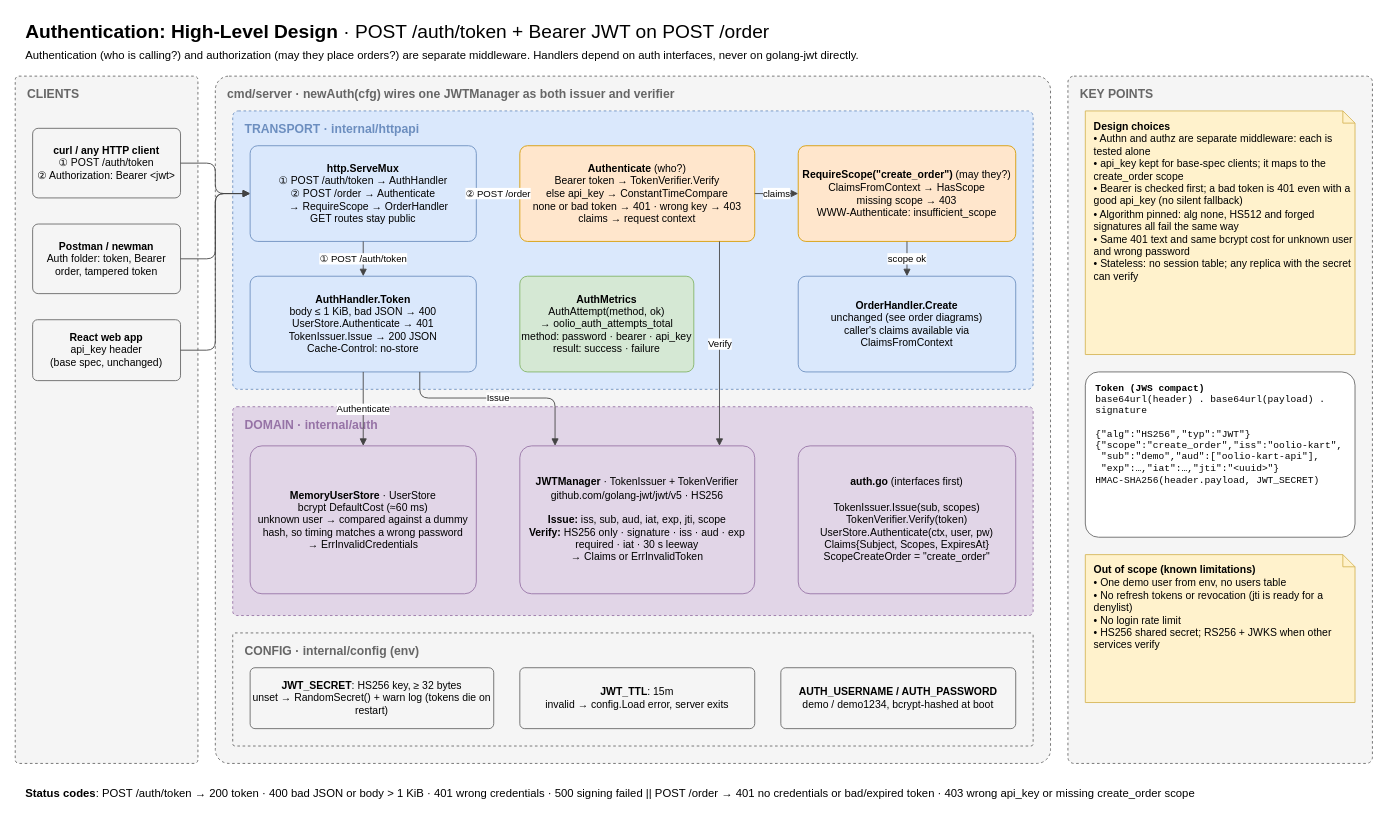
Above: page "HLD - JWT auth" (1 of 3) of docs/diagrams/auth.drawio in Vasanth-Korada/oolio-kart-challenge (draw.io), before the change. Source tidied: cells renumbered, new cells numbered last; positions are measured from the earlier drawing's top-left corner, leaving out a move shared by most shapes. Both pictures are drawn from the tidied source at 87%, with x=0, y=0 at pixel (15, 15).
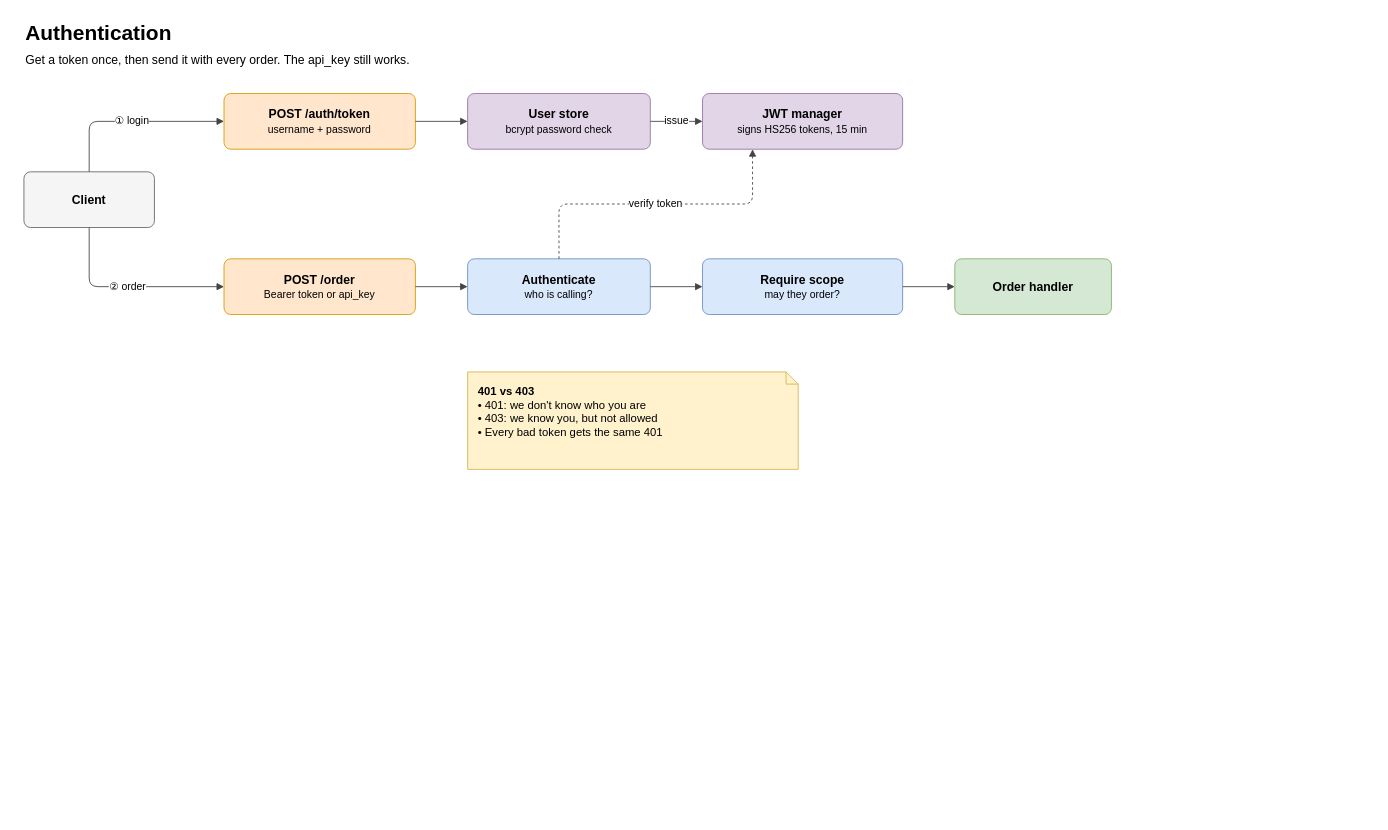
After the change.

Diff of the diagram source:
```diff
@@
-    <mxCell id="2" value="&lt;b&gt;Authentication: High-Level Design&lt;/b&gt;  ·  POST /auth/token + Bearer JWT on POST /order" style="text;html=1;whiteSpace=wrap;align=left;verticalAlign=top;fontSize=22;" parent="1" vertex="1">
-      <mxGeometry x="10" width="1300" height="30" as="geometry" />
+    <mxCell id="2" value="&lt;b&gt;Authentication&lt;/b&gt;" style="text;html=1;whiteSpace=wrap;align=left;verticalAlign=top;fontSize=24;" parent="1" vertex="1">
+      <mxGeometry x="10" width="1300" height="32" as="geometry" />
     </mxCell>
-    <mxCell id="3" value="Authentication (who is calling?) and authorization (may they place orders?) are separate middleware. Handlers depend on auth interfaces, never on golang-jwt directly." style="text;html=1;whiteSpace=wrap;align=left;verticalAlign=top;fontSize=13;" parent="1" vertex="1">
-      <mxGeometry x="10" y="32" width="1450" height="24" as="geometry" />
+    <mxCell id="3" value="Get a token once, then send it with every order. The api_key still works." style="text;html=1;whiteSpace=wrap;align=left;verticalAlign=top;fontSize=14;" parent="1" vertex="1">
+      <mxGeometry x="10" y="36" width="1300" height="24" as="geometry" />
     </mxCell>
-    <mxCell id="4" value="CLIENTS" style="rounded=1;arcSize=2;dashed=1;whiteSpace=wrap;html=1;fillColor=#f5f5f5;strokeColor=#666666;fontSize=12;verticalAlign=top;align=left;spacingLeft=12;spacingTop=6;fontStyle=1;fontSize=14;fontColor=#666666;" parent="1" vertex="1">
-      <mxGeometry y="70" width="210" height="790" as="geometry" />
+    <mxCell id="4" value="&lt;b&gt;Client&lt;/b&gt;" style="rounded=1;arcSize=12;whiteSpace=wrap;html=1;fillColor=#f5f5f5;strokeColor=#666666;fontSize=12;fontSize=14;" parent="1" vertex="1">
+      <mxGeometry x="10" y="180" width="150" height="64" as="geometry" />
     </mxCell>
-    <mxCell id="5" value="&lt;b&gt;curl / any HTTP client&lt;/b&gt;&lt;br&gt;① POST /auth/token&lt;br&gt;② Authorization: Bearer &amp;lt;jwt&amp;gt;" style="rounded=1;arcSize=8;whiteSpace=wrap;html=1;fillColor=#f5f5f5;strokeColor=#666666;fontSize=12;" parent="1" vertex="1">
-      <mxGeometry x="20" y="130" width="170" height="80" as="geometry" />
+    <mxCell id="5" value="&lt;b&gt;POST /auth/token&lt;/b&gt;&lt;br&gt;&lt;span style='font-size:12px'&gt;username + password&lt;/span&gt;" style="rounded=1;arcSize=12;whiteSpace=wrap;html=1;fillColor=#ffe6cc;strokeColor=#d79b00;fontSize=12;fontSize=14;" parent="1" vertex="1">
+      <mxGeometry x="240" y="90" width="220" height="64" as="geometry" />
     </mxCell>
-    <mxCell id="6" value="&lt;b&gt;Postman / newman&lt;/b&gt;&lt;br&gt;Auth folder: token, Bearer order, tampered token" style="rounded=1;arcSize=8;whiteSpace=wrap;html=1;fillColor=#f5f5f5;strokeColor=#666666;fontSize=12;" parent="1" vertex="1">
-      <mxGeometry x="20" y="240" width="170" height="80" as="geometry" />
+    <mxCell id="6" value="&lt;b&gt;User store&lt;/b&gt;&lt;br&gt;&lt;span style='font-size:12px'&gt;bcrypt password check&lt;/span&gt;" style="rounded=1;arcSize=12;whiteSpace=wrap;html=1;fillColor=#e1d5e7;strokeColor=#9673a6;fontSize=12;fontSize=14;" parent="1" vertex="1">
+      <mxGeometry x="520" y="90" width="210" height="64" as="geometry" />
     </mxCell>
-    <mxCell id="7" value="&lt;b&gt;React web app&lt;/b&gt;&lt;br&gt;api_key header&lt;br&gt;(base spec, unchanged)" style="rounded=1;arcSize=8;whiteSpace=wrap;html=1;fillColor=#f5f5f5;strokeColor=#666666;fontSize=12;" parent="1" vertex="1">
-      <mxGeometry x="20" y="350" width="170" height="70" as="geometry" />
+    <mxCell id="7" value="&lt;b&gt;JWT manager&lt;/b&gt;&lt;br&gt;&lt;span style='font-size:12px'&gt;signs HS256 tokens, 15 min&lt;/span&gt;" style="rounded=1;arcSize=12;whiteSpace=wrap;html=1;fillColor=#e1d5e7;strokeColor=#9673a6;fontSize=12;fontSize=14;" parent="1" vertex="1">
+      <mxGeometry x="790" y="90" width="230" height="64" as="geometry" />
     </mxCell>
-    <mxCell id="8" value="cmd/server · newAuth(cfg) wires one JWTManager as both issuer and verifier" style="rounded=1;arcSize=2;dashed=1;whiteSpace=wrap;html=1;fillColor=#f5f5f5;strokeColor=#666666;fontSize=12;verticalAlign=top;align=left;spacingLeft=12;spacingTop=6;fontStyle=1;fontSize=14;fontColor=#666666;" parent="1" vertex="1">
-      <mxGeometry x="230" y="70" width="960" height="790" as="geometry" />
+    <mxCell id="8" value="① login" style="edgeStyle=orthogonalEdgeStyle;rounded=1;html=1;endArrow=block;endFill=1;strokeColor=#444444;fontSize=11;labelBackgroundColor=#ffffff;fontSize=12;exitX=0.5;exitY=0;entryX=0;entryY=0.5;" parent="1" edge="1" source="4" target="5">
+      <mxGeometry relative="1" as="geometry" />
     </mxCell>
-    <mxCell id="9" value="TRANSPORT · internal/httpapi" style="rounded=1;arcSize=2;dashed=1;whiteSpace=wrap;html=1;fillColor=#dae8fc;strokeColor=#6c8ebf;fontSize=12;verticalAlign=top;align=left;spacingLeft=12;spacingTop=6;fontStyle=1;fontSize=14;fontColor=#6c8ebf;" parent="1" vertex="1">
-      <mxGeometry x="250" y="110" width="920" height="320" as="geometry" />
+    <mxCell id="9" style="edgeStyle=orthogonalEdgeStyle;rounded=1;html=1;endArrow=block;endFill=1;strokeColor=#444444;fontSize=11;labelBackgroundColor=#ffffff;fontSize=12;" parent="1" edge="1" source="5" target="6">
+      <mxGeometry relative="1" as="geometry" />
     </mxCell>
-    <mxCell id="10" value="&lt;b&gt;http.ServeMux&lt;/b&gt;&lt;br&gt;① POST /auth/token → AuthHandler&lt;br&gt;② POST /order → Authenticate&lt;br&gt;&amp;nbsp;&amp;nbsp;&amp;nbsp;&amp;nbsp;→ RequireScope → OrderHandler&lt;br&gt;GET routes stay public" style="rounded=1;arcSize=8;whiteSpace=wrap;html=1;fillColor=#dae8fc;strokeColor=#6c8ebf;fontSize=12;" parent="1" vertex="1">
-      <mxGeometry x="270" y="150" width="260" height="110" as="geometry" />
+    <mxCell id="10" value="issue" style="edgeStyle=orthogonalEdgeStyle;rounded=1;html=1;endArrow=block;endFill=1;strokeColor=#444444;fontSize=11;labelBackgroundColor=#ffffff;fontSize=12;" parent="1" edge="1" source="6" target="7">
+      <mxGeometry relative="1" as="geometry" />
     </mxCell>
-    <mxCell id="11" value="&lt;b&gt;Authenticate&lt;/b&gt; (who?)&lt;br&gt;Bearer token → TokenVerifier.Verify&lt;br&gt;else api_key → ConstantTimeCompare&lt;br&gt;none or bad token → 401 · wrong key → 403&lt;br&gt;claims → request context" style="rounded=1;arcSize=8;whiteSpace=wrap;html=1;fillColor=#ffe6cc;strokeColor=#d79b00;fontSize=12;" parent="1" vertex="1">
-      <mxGeometry x="580" y="150" width="270" height="110" as="geometry" />
+    <mxCell id="11" value="&lt;b&gt;POST /order&lt;/b&gt;&lt;br&gt;&lt;span style='font-size:12px'&gt;Bearer token or api_key&lt;/span&gt;" style="rounded=1;arcSize=12;whiteSpace=wrap;html=1;fillColor=#ffe6cc;strokeColor=#d79b00;fontSize=12;fontSize=14;" parent="1" vertex="1">
+      <mxGeometry x="240" y="280" width="220" height="64" as="geometry" />
     </mxCell>
-    <mxCell id="12" value="&lt;b&gt;RequireScope(&quot;create_order&quot;)&lt;/b&gt; (may they?)&lt;br&gt;ClaimsFromContext → HasScope&lt;br&gt;missing scope → 403&lt;br&gt;WWW-Authenticate: insufficient_scope" style="rounded=1;arcSize=8;whiteSpace=wrap;html=1;fillColor=#ffe6cc;strokeColor=#d79b00;fontSize=12;" parent="1" vertex="1">
-      <mxGeometry x="900" y="150" width="250" height="110" as="geometry" />
+    <mxCell id="12" value="&lt;b&gt;Authenticate&lt;/b&gt;&lt;br&gt;&lt;span style='font-size:12px'&gt;who is calling?&lt;/span&gt;" style="rounded=1;arcSize=12;whiteSpace=wrap;html=1;fillColor=#dae8fc;strokeColor=#6c8ebf;fontSize=12;fontSize=14;" parent="1" vertex="1">
+      <mxGeometry x="520" y="280" width="210" height="64" as="geometry" />
     </mxCell>
-    <mxCell id="13" value="&lt;b&gt;AuthHandler.Token&lt;/b&gt;&lt;br&gt;body ≤ 1 KiB, bad JSON → 400&lt;br&gt;UserStore.Authenticate → 401&lt;br&gt;TokenIssuer.Issue → 200 JSON&lt;br&gt;Cache-Control: no-store" style="rounded=1;arcSize=8;whiteSpace=wrap;html=1;fillColor=#dae8fc;strokeColor=#6c8ebf;fontSize=12;" parent="1" vertex="1">
-      <mxGeometry x="270" y="300" width="260" height="110" as="geometry" />
+    <mxCell id="13" value="&lt;b&gt;Require scope&lt;/b&gt;&lt;br&gt;&lt;span style='font-size:12px'&gt;may they order?&lt;/span&gt;" style="rounded=1;arcSize=12;whiteSpace=wrap;html=1;fillColor=#dae8fc;strokeColor=#6c8ebf;fontSize=12;fontSize=14;" parent="1" vertex="1">
+      <mxGeometry x="790" y="280" width="230" height="64" as="geometry" />
     </mxCell>
-    <mxCell id="14" value="&lt;b&gt;OrderHandler.Create&lt;/b&gt;&lt;br&gt;unchanged (see order diagrams)&lt;br&gt;caller's claims available via&lt;br&gt;ClaimsFromContext" style="rounded=1;arcSize=8;whiteSpace=wrap;html=1;fillColor=#dae8fc;strokeColor=#6c8ebf;fontSize=12;" parent="1" vertex="1">
-      <mxGeometry x="900" y="300" width="250" height="110" as="geometry" />
+    <mxCell id="14" value="&lt;b&gt;Order handler&lt;/b&gt;" style="rounded=1;arcSize=12;whiteSpace=wrap;html=1;fillColor=#d5e8d4;strokeColor=#82b366;fontSize=12;fontSize=14;" parent="1" vertex="1">
+      <mxGeometry x="1080" y="280" width="180" height="64" as="geometry" />
     </mxCell>
-    <mxCell id="15" value="&lt;b&gt;AuthMetrics&lt;/b&gt;&lt;br&gt;AuthAttempt(method, ok)&lt;br&gt;→ oolio_auth_attempts_total&lt;br&gt;method: password · bearer · api_key&lt;br&gt;result: success · failure" style="rounded=1;arcSize=8;whiteSpace=wrap;html=1;fillColor=#d5e8d4;strokeColor=#82b366;fontSize=12;" parent="1" vertex="1">
-      <mxGeometry x="580" y="300" width="200" height="110" as="geometry" />
+    <mxCell id="15" value="② order" style="edgeStyle=orthogonalEdgeStyle;rounded=1;html=1;endArrow=block;endFill=1;strokeColor=#444444;fontSize=11;labelBackgroundColor=#ffffff;fontSize=12;exitX=0.5;exitY=1;entryX=0;entryY=0.5;" parent="1" edge="1" source="4" target="11">
+      <mxGeometry relative="1" as="geometry" />
     </mxCell>
-    <mxCell id="16" value="DOMAIN · internal/auth" style="rounded=1;arcSize=2;dashed=1;whiteSpace=wrap;html=1;fillColor=#e1d5e7;strokeColor=#9673a6;fontSize=12;verticalAlign=top;align=left;spacingLeft=12;spacingTop=6;fontStyle=1;fontSize=14;fontColor=#9673a6;" parent="1" vertex="1">
-      <mxGeometry x="250" y="450" width="920" height="240" as="geometry" />
+    <mxCell id="16" style="edgeStyle=orthogonalEdgeStyle;rounded=1;html=1;endArrow=block;endFill=1;strokeColor=#444444;fontSize=11;labelBackgroundColor=#ffffff;fontSize=12;" parent="1" edge="1" source="11" target="12">
+      <mxGeometry relative="1" as="geometry" />
     </mxCell>
-    <mxCell id="17" value="&lt;b&gt;MemoryUserStore&lt;/b&gt; · UserStore&lt;br&gt;bcrypt DefaultCost (≈60 ms)&lt;br&gt;unknown user → compared against a dummy hash, so timing matches a wrong password&lt;br&gt;→ ErrInvalidCredentials" style="rounded=1;arcSize=8;whiteSpace=wrap;html=1;fillColor=#e1d5e7;strokeColor=#9673a6;fontSize=12;" parent="1" vertex="1">
-      <mxGeometry x="270" y="495" width="260" height="170" as="geometry" />
+    <mxCell id="17" style="edgeStyle=orthogonalEdgeStyle;rounded=1;html=1;endArrow=block;endFill=1;strokeColor=#444444;fontSize=11;labelBackgroundColor=#ffffff;fontSize=12;" parent="1" edge="1" source="12" target="13">
+      <mxGeometry relative="1" as="geometry" />
     </mxCell>
-    <mxCell id="18" value="&lt;b&gt;JWTManager&lt;/b&gt; · TokenIssuer + TokenVerifier&lt;br&gt;github.com/golang-jwt/jwt/v5 · HS256&lt;br&gt;&lt;br&gt;&lt;b&gt;Issue:&lt;/b&gt; iss, sub, aud, iat, exp, jti, scope&lt;br&gt;&lt;b&gt;Verify:&lt;/b&gt; HS256 only · signature · iss · aud · exp required · iat · 30 s leeway&lt;br&gt;→ Claims or ErrInvalidToken" style="rounded=1;arcSize=8;whiteSpace=wrap;html=1;fillColor=#e1d5e7;strokeColor=#9673a6;fontSize=12;" parent="1" vertex="1">
-      <mxGeometry x="580" y="495" width="270" height="170" as="geometry" />
+    <mxCell id="18" style="edgeStyle=orthogonalEdgeStyle;rounded=1;html=1;endArrow=block;endFill=1;strokeColor=#444444;fontSize=11;labelBackgroundColor=#ffffff;fontSize=12;" parent="1" edge="1" source="13" target="14">
+      <mxGeometry relative="1" as="geometry" />
     </mxCell>
-    <mxCell id="19" value="&lt;b&gt;auth.go&lt;/b&gt; (interfaces first)&lt;br&gt;&lt;br&gt;TokenIssuer.Issue(sub, scopes)&lt;br&gt;TokenVerifier.Verify(token)&lt;br&gt;UserStore.Authenticate(ctx, user, pw)&lt;br&gt;Claims{Subject, Scopes, ExpiresAt}&lt;br&gt;ScopeCreateOrder = &quot;create_order&quot;" style="rounded=1;arcSize=8;whiteSpace=wrap;html=1;fillColor=#e1d5e7;strokeColor=#9673a6;fontSize=12;" parent="1" vertex="1">
-      <mxGeometry x="900" y="495" width="250" height="170" as="geometry" />
+    <mxCell id="19" value="verify token" style="edgeStyle=orthogonalEdgeStyle;rounded=1;html=1;endArrow=block;endFill=1;strokeColor=#444444;fontSize=11;labelBackgroundColor=#ffffff;fontSize=12;dashed=1;exitX=0.5;exitY=0;entryX=0.25;entryY=1;" parent="1" edge="1" source="12" target="7">
+      <mxGeometry relative="1" as="geometry" />
     </mxCell>
-    <mxCell id="20" value="CONFIG · internal/config (env)" style="rounded=1;arcSize=2;dashed=1;whiteSpace=wrap;html=1;fillColor=#f5f5f5;strokeColor=#666666;fontSize=12;verticalAlign=top;align=left;spacingLeft=12;spacingTop=6;fontStyle=1;fontSize=14;fontColor=#666666;" parent="1" vertex="1">
-      <mxGeometry x="250" y="710" width="920" height="130" as="geometry" />
+    <mxCell id="20" value="&lt;b&gt;401 vs 403&lt;/b&gt;&lt;br&gt;• 401: we don't know who you are&lt;br&gt;• 403: we know you, but not allowed&lt;br&gt;• Every bad token gets the same 401" style="shape=note;size=14;whiteSpace=wrap;html=1;fillColor=#fff2cc;strokeColor=#d6b656;fontSize=12;align=left;verticalAlign=top;spacingLeft=10;spacingTop=8;fontSize=13;" parent="1" vertex="1">
+      <mxGeometry x="520" y="410" width="380" height="112" as="geometry" />
     </mxCell>
-    <mxCell id="21" value="&lt;b&gt;JWT_SECRET&lt;/b&gt;: HS256 key, ≥ 32 bytes&lt;br&gt;unset → RandomSecret() + warn log (tokens die on restart)" style="rounded=1;arcSize=8;whiteSpace=wrap;html=1;fillColor=#f5f5f5;strokeColor=#666666;fontSize=12;" parent="1" vertex="1">
-      <mxGeometry x="270" y="750" width="280" height="70" as="geometry" />
-    </mxCell>
-    <mxCell id="22" value="&lt;b&gt;JWT_TTL&lt;/b&gt;: 15m&lt;br&gt;invalid → config.Load error, server exits" style="rounded=1;arcSize=8;whiteSpace=wrap;html=1;fillColor=#f5f5f5;strokeColor=#666666;fontSize=12;" parent="1" vertex="1">
-      <mxGeometry x="580" y="750" width="270" height="70" as="geometry" />
-    </mxCell>
-    <mxCell id="23" value="&lt;b&gt;AUTH_USERNAME / AUTH_PASSWORD&lt;/b&gt;&lt;br&gt;demo / demo1234, bcrypt-hashed at boot" style="rounded=1;arcSize=8;whiteSpace=wrap;html=1;fillColor=#f5f5f5;strokeColor=#666666;fontSize=12;" parent="1" vertex="1">
-      <mxGeometry x="880" y="750" width="270" height="70" as="geometry" />
-    </mxCell>
-    <mxCell id="24" style="edgeStyle=orthogonalEdgeStyle;rounded=1;html=1;endArrow=block;endFill=1;strokeColor=#444444;fontSize=11;labelBackgroundColor=#ffffff;exitX=1;exitY=0.5;entryX=0;entryY=0.5;" parent="1" edge="1" source="5" target="10">
-      <mxGeometry relative="1" as="geometry">
-        <Array as="points">
-          <mxPoint x="230" y="170" />
-          <mxPoint x="230" y="205" />
-        </Array>
-      </mxGeometry>
-    </mxCell>
-    <mxCell id="25" style="edgeStyle=orthogonalEdgeStyle;rounded=1;html=1;endArrow=block;endFill=1;strokeColor=#444444;fontSize=11;labelBackgroundColor=#ffffff;exitX=1;exitY=0.5;entryX=0;entryY=0.5;" parent="1" edge="1" source="6" target="10">
-      <mxGeometry relative="1" as="geometry">
-        <Array as="points">
-          <mxPoint x="230" y="280" />
-          <mxPoint x="230" y="205" />
-        </Array>
-      </mxGeometry>
-    </mxCell>
-    <mxCell id="26" style="edgeStyle=orthogonalEdgeStyle;rounded=1;html=1;endArrow=block;endFill=1;strokeColor=#444444;fontSize=11;labelBackgroundColor=#ffffff;exitX=1;exitY=0.5;entryX=0;entryY=0.5;" parent="1" edge="1" source="7" target="10">
-      <mxGeometry relative="1" as="geometry">
-        <Array as="points">
-          <mxPoint x="230" y="385" />
-          <mxPoint x="230" y="205" />
-        </Array>
-      </mxGeometry>
-    </mxCell>
-    <mxCell id="27" value="② POST /order" style="edgeStyle=orthogonalEdgeStyle;rounded=1;html=1;endArrow=block;endFill=1;strokeColor=#444444;fontSize=11;labelBackgroundColor=#ffffff;exitX=1;exitY=0.5;entryX=0;entryY=0.5;" parent="1" edge="1" source="10" target="11">
-      <mxGeometry relative="1" as="geometry" />
-    </mxCell>
-    <mxCell id="28" value="claims" style="edgeStyle=orthogonalEdgeStyle;rounded=1;html=1;endArrow=block;endFill=1;strokeColor=#444444;fontSize=11;labelBackgroundColor=#ffffff;exitX=1;exitY=0.5;entryX=0;entryY=0.5;" parent="1" edge="1" source="11" target="12">
-      <mxGeometry relative="1" as="geometry" />
-    </mxCell>
-    <mxCell id="29" value="scope ok" style="edgeStyle=orthogonalEdgeStyle;rounded=1;html=1;endArrow=block;endFill=1;strokeColor=#444444;fontSize=11;labelBackgroundColor=#ffffff;" parent="1" edge="1" source="12" target="14">
-      <mxGeometry relative="1" as="geometry" />
-    </mxCell>
-    <mxCell id="30" value="① POST /auth/token" style="edgeStyle=orthogonalEdgeStyle;rounded=1;html=1;endArrow=block;endFill=1;strokeColor=#444444;fontSize=11;labelBackgroundColor=#ffffff;" parent="1" edge="1" source="10" target="13">
-      <mxGeometry relative="1" as="geometry" />
-    </mxCell>
-    <mxCell id="31" value="Authenticate" style="edgeStyle=orthogonalEdgeStyle;rounded=1;html=1;endArrow=block;endFill=1;strokeColor=#444444;fontSize=11;labelBackgroundColor=#ffffff;" parent="1" edge="1" source="13" target="17">
-      <mxGeometry relative="1" as="geometry" />
-    </mxCell>
-    <mxCell id="32" value="Issue" style="edgeStyle=orthogonalEdgeStyle;rounded=1;html=1;endArrow=block;endFill=1;strokeColor=#444444;fontSize=11;labelBackgroundColor=#ffffff;exitX=0.75;exitY=1;entryX=0.15;entryY=0;" parent="1" edge="1" source="13" target="18">
-      <mxGeometry relative="1" as="geometry">
-        <Array as="points">
-          <mxPoint x="465" y="440" />
-          <mxPoint x="620" y="440" />
-        </Array>
-      </mxGeometry>
-    </mxCell>
-    <mxCell id="33" value="Verify" style="edgeStyle=orthogonalEdgeStyle;rounded=1;html=1;endArrow=block;endFill=1;strokeColor=#444444;fontSize=11;labelBackgroundColor=#ffffff;exitX=0.85;exitY=1;entryX=0.85;entryY=0;" parent="1" edge="1" source="11" target="18">
-      <mxGeometry relative="1" as="geometry" />
-    </mxCell>
-    <mxCell id="34" value="KEY POINTS" style="rounded=1;arcSize=2;dashed=1;whiteSpace=wrap;html=1;fillColor=#f5f5f5;strokeColor=#666666;fontSize=12;verticalAlign=top;align=left;spacingLeft=12;spacingTop=6;fontStyle=1;fontSize=14;fontColor=#666666;" parent="1" vertex="1">
-      <mxGeometry x="1210" y="70" width="350" height="790" as="geometry" />
-    </mxCell>
-    <mxCell id="35" value="&lt;b&gt;Design choices&lt;/b&gt;&lt;br&gt;• Authn and authz are separate middleware: each is tested alone&lt;br&gt;• api_key kept for base-spec clients; it maps to the create_order scope&lt;br&gt;• Bearer is checked first; a bad token is 401 even with a good api_key (no silent fallback)&lt;br&gt;• Algorithm pinned: alg none, HS512 and forged signatures all fail the same way&lt;br&gt;• Same 401 text and same bcrypt cost for unknown user and wrong password&lt;br&gt;• Stateless: no session table; any replica with the secret can verify" style="shape=note;size=14;whiteSpace=wrap;html=1;fillColor=#fff2cc;strokeColor=#d6b656;fontSize=12;align=left;verticalAlign=top;spacingLeft=8;spacingTop=4;" parent="1" vertex="1">
-      <mxGeometry x="1230" y="110" width="310" height="280" as="geometry" />
-    </mxCell>
-    <mxCell id="36" value="&lt;b&gt;Token (JWS compact)&lt;/b&gt;&lt;br&gt;base64url(header) . base64url(payload) . signature&lt;br&gt;&lt;br&gt;{&quot;alg&quot;:&quot;HS256&quot;,&quot;typ&quot;:&quot;JWT&quot;}&lt;br&gt;{&quot;scope&quot;:&quot;create_order&quot;,&quot;iss&quot;:&quot;oolio-kart&quot;,&lt;br&gt;&amp;nbsp;&quot;sub&quot;:&quot;demo&quot;,&quot;aud&quot;:[&quot;oolio-kart-api&quot;],&lt;br&gt;&amp;nbsp;&quot;exp&quot;:…,&quot;iat&quot;:…,&quot;jti&quot;:&quot;&amp;lt;uuid&amp;gt;&quot;}&lt;br&gt;HMAC-SHA256(header.payload, JWT_SECRET)" style="rounded=1;arcSize=8;whiteSpace=wrap;html=1;fillColor=#ffffff;strokeColor=#666666;fontSize=12;fontFamily=Courier New;align=left;spacingLeft=10;verticalAlign=top;spacingTop=6;fontSize=11;" parent="1" vertex="1">
-      <mxGeometry x="1230" y="410" width="310" height="190" as="geometry" />
-    </mxCell>
-    <mxCell id="37" value="&lt;b&gt;Out of scope (known limitations)&lt;/b&gt;&lt;br&gt;• One demo user from env, no users table&lt;br&gt;• No refresh tokens or revocation (jti is ready for a denylist)&lt;br&gt;• No login rate limit&lt;br&gt;• HS256 shared secret; RS256 + JWKS when other services verify" style="shape=note;size=14;whiteSpace=wrap;html=1;fillColor=#fff2cc;strokeColor=#d6b656;fontSize=12;align=left;verticalAlign=top;spacingLeft=8;spacingTop=4;" parent="1" vertex="1">
-      <mxGeometry x="1230" y="620" width="310" height="170" as="geometry" />
-    </mxCell>
-    <mxCell id="38" value="&lt;b&gt;Status codes&lt;/b&gt;:  POST /auth/token → 200 token  ·  400 bad JSON or body &amp;gt; 1 KiB  ·  401 wrong credentials  ·  500 signing failed  ||  POST /order → 401 no credentials or bad/expired token  ·  403 wrong api_key or missing create_order scope" style="text;html=1;whiteSpace=wrap;align=left;verticalAlign=top;fontSize=13;" parent="1" vertex="1">
-      <mxGeometry x="10" y="880" width="1550" height="40" as="geometry" />
-    </mxCell>
```
